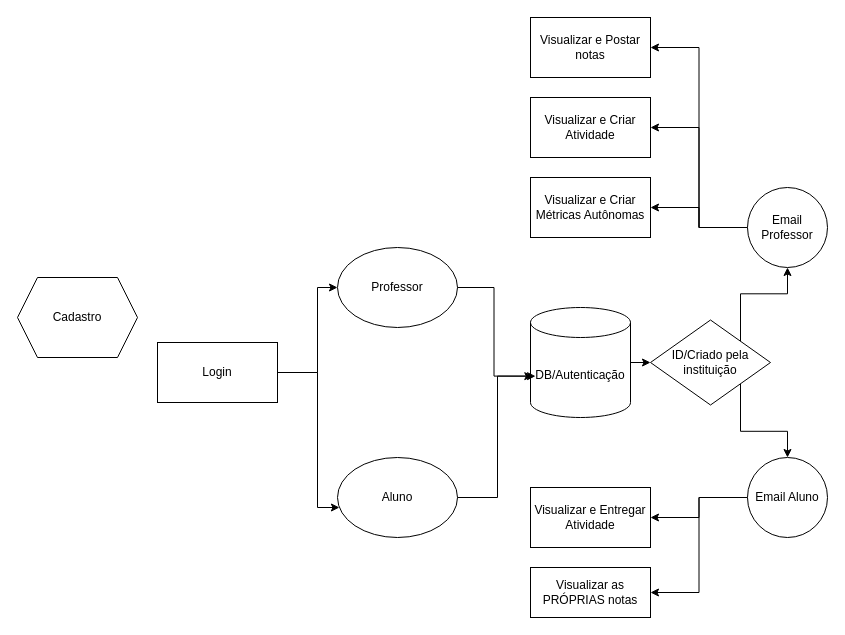
Earlier version of the draw.io diagram Diagrama sem nome.drawio (drakko2002/CoercitiveStudying). Source tidied: cells renumbered, new cells numbered last; positions are measured from the earlier drawing's top-left corner, leaving out a move shared by most shapes. Both pictures are drawn from the tidied source at 100%, with x=0, y=0 at pixel (17, 17).
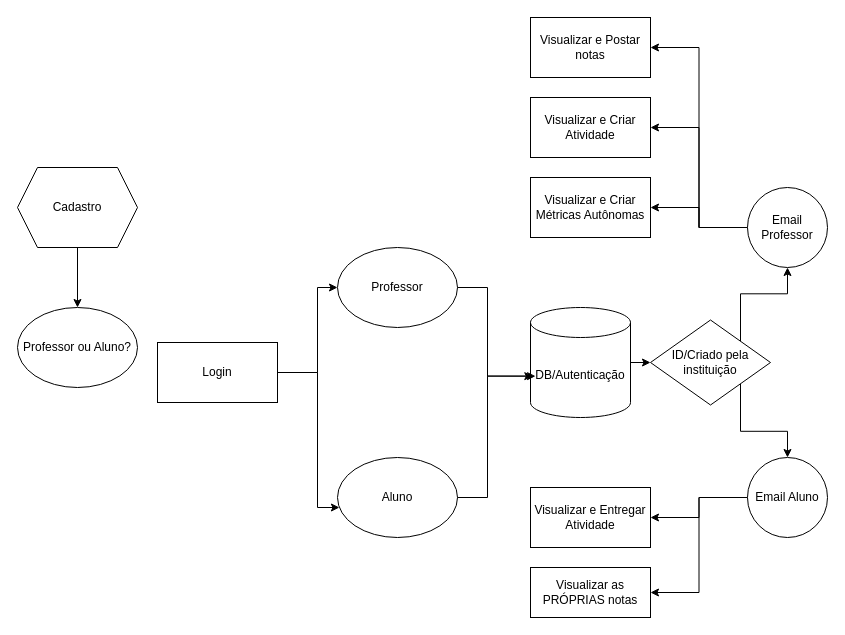
After the change.

The change refers to these unchanged cells:
```xml
<mxCell id="5" value="Professor" style="ellipse;whiteSpace=wrap;html=1;" parent="1" vertex="1">
  <mxGeometry x="320" y="230" width="120" height="80" as="geometry" />
</mxCell>
<mxCell id="7" value="Aluno" style="ellipse;whiteSpace=wrap;html=1;" parent="1" vertex="1">
  <mxGeometry x="320" y="440" width="120" height="80" as="geometry" />
</mxCell>
<mxCell id="9" value="DB/Autenticação" style="shape=cylinder3;whiteSpace=wrap;html=1;boundedLbl=1;backgroundOutline=1;size=15;" parent="1" vertex="1">
  <mxGeometry x="513" y="290" width="100" height="110" as="geometry" />
</mxCell>
```

What changed in the source:
```diff
@@
+    <mxCell id="27" style="edgeStyle=orthogonalEdgeStyle;rounded=0;jettySize=auto;html=1;exitX=0.5;exitY=1;exitDx=0;exitDy=0;entryX=0.5;entryY=0;entryDx=0;entryDy=0;" parent="1" edge="1" source="6" target="28">
+      <mxGeometry relative="1" as="geometry" />
+    </mxCell>
     <mxCell id="6" value="Cadastro" style="shape=hexagon;perimeter=hexagonPerimeter2;whiteSpace=wrap;html=1;fixedSize=1;" parent="1" vertex="1">
-      <mxGeometry y="260" width="120" height="80" as="geometry" />
+      <mxGeometry y="150" width="120" height="80" as="geometry" />
     </mxCell>
@@
     <mxCell id="25" style="edgeStyle=orthogonalEdgeStyle;rounded=0;jettySize=auto;html=1;exitX=1;exitY=0.5;exitDx=0;exitDy=0;entryX=0.05;entryY=0.624;entryDx=0;entryDy=0;entryPerimeter=0;" parent="1" edge="1" source="5" target="9">
-      <mxGeometry relative="1" as="geometry" />
+      <mxGeometry relative="1" as="geometry">
+        <Array as="points">
+          <mxPoint x="470" y="270" />
+          <mxPoint x="470" y="359" />
+        </Array>
+      </mxGeometry>
     </mxCell>
     <mxCell id="26" style="edgeStyle=orthogonalEdgeStyle;rounded=0;jettySize=auto;html=1;exitX=1;exitY=0.5;exitDx=0;exitDy=0;entryX=0.023;entryY=0.624;entryDx=0;entryDy=0;entryPerimeter=0;" parent="1" edge="1" source="7" target="9">
       <mxGeometry relative="1" as="geometry">
         <Array as="points">
-          <mxPoint x="480" y="480" />
-          <mxPoint x="480" y="359" />
+          <mxPoint x="470" y="480" />
+          <mxPoint x="470" y="359" />
         </Array>
       </mxGeometry>
     </mxCell>
+    <mxCell id="28" value="Professor ou Aluno?" style="ellipse;whiteSpace=wrap;html=1;" parent="1" vertex="1">
+      <mxGeometry y="290" width="120" height="80" as="geometry" />
+    </mxCell>
```
